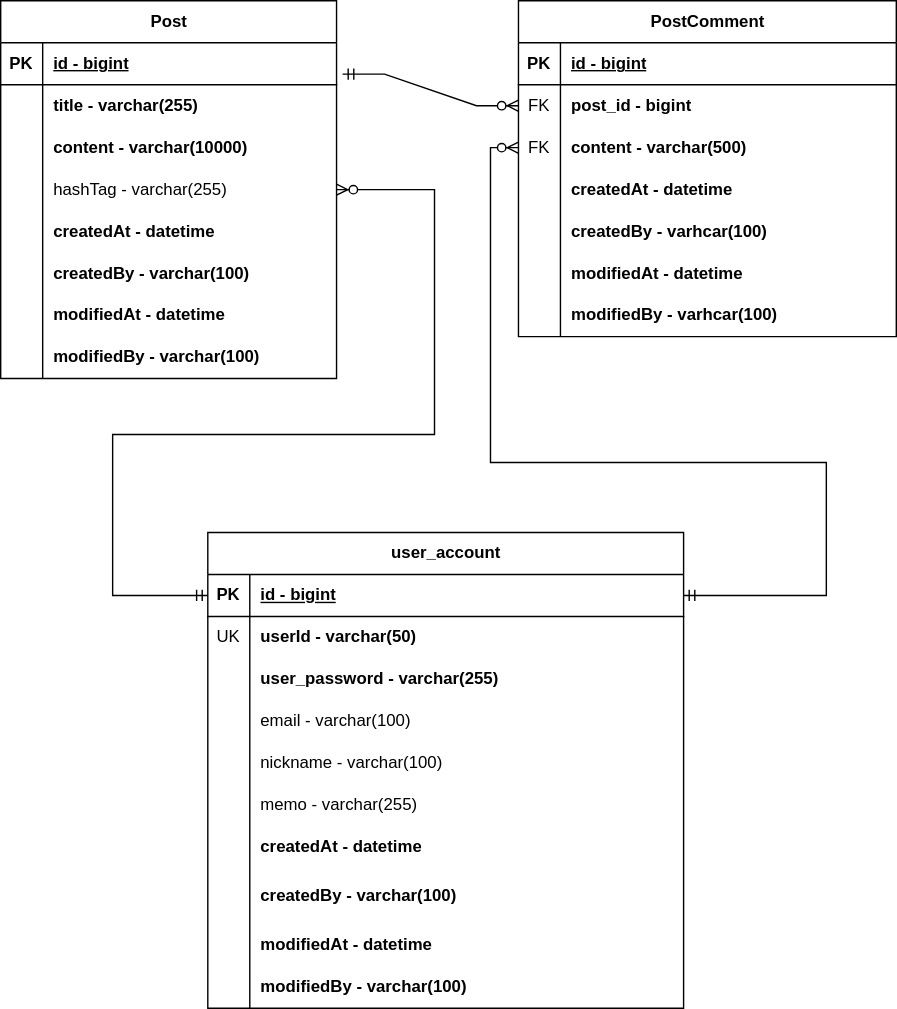
Earlier version of the draw.io export document/project-forum-erd.svg (smileLoopy/eunah-project-forum). Source tidied: cells renumbered, new cells last; positions are measured from the earlier drawing's top-left corner, leaving out a move shared by most shapes.
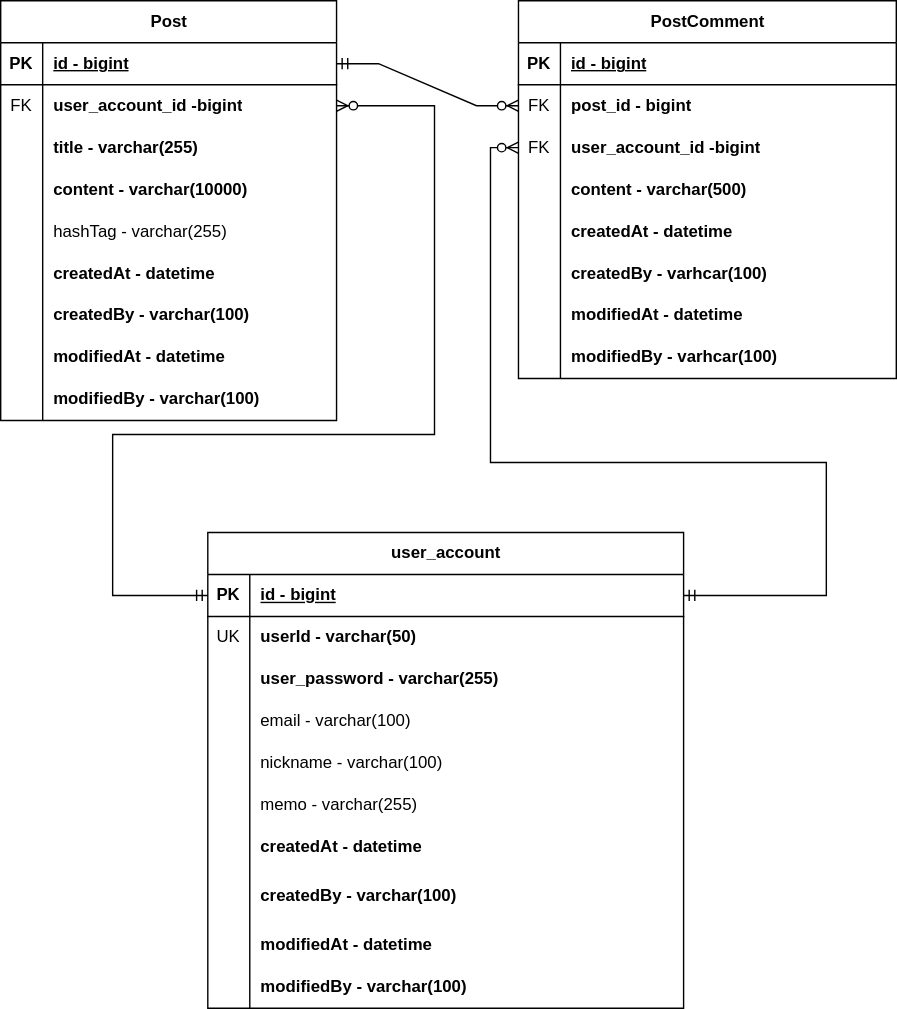
After the change.

Commit message:
Added user_account_id

Diff of the diagram source:
```diff
@@ -3,7 +3,7 @@
     <mxCell id="0" />
     <mxCell id="1" parent="0" />
     <mxCell id="2" value="Post" style="shape=table;startSize=30;rowLines=0;fontStyle=1;align=center;html=1;" parent="1" vertex="1">
-      <mxGeometry width="240" height="270" as="geometry" />
+      <mxGeometry width="240" height="300" as="geometry" />
     </mxCell>
     <mxCell id="3" style="shape=tableRow;horizontal=0;startSize=0;swimlaneHead=0;swimlaneBody=0;fillColor=none;points=[[0,0.5],[1,0.5]];portConstraint=eastwest;top=0;left=0;right=0;bottom=1;" parent="2" vertex="1">
       <mxGeometry y="30" width="240" height="30" as="geometry" />
@@ -17,14 +17,23 @@
     <mxCell id="6" style="shape=tableRow;horizontal=0;startSize=0;swimlaneHead=0;swimlaneBody=0;fillColor=none;points=[[0,0.5],[1,0.5]];portConstraint=eastwest;top=0;left=0;right=0;bottom=0;" parent="2" vertex="1">
       <mxGeometry y="60" width="240" height="30" as="geometry" />
     </mxCell>
-    <mxCell id="7" style="shape=partialRectangle;fillColor=none;top=0;left=0;bottom=0;right=0;overflow=hidden;whiteSpace=wrap;html=1;" parent="6" vertex="1">
+    <mxCell id="7" value="FK" style="shape=partialRectangle;fillColor=none;top=0;left=0;bottom=0;right=0;overflow=hidden;whiteSpace=wrap;html=1;" parent="6" vertex="1">
       <mxGeometry width="30" height="30" as="geometry" />
     </mxCell>
-    <mxCell id="8" value="title - varchar(255)" style="shape=partialRectangle;fillColor=none;top=0;left=0;bottom=0;right=0;align=left;spacingLeft=6;overflow=hidden;whiteSpace=wrap;html=1;fontStyle=1;" parent="6" vertex="1">
+    <mxCell id="8" value="user_account_id -bigint" style="shape=partialRectangle;fillColor=none;top=0;left=0;bottom=0;right=0;align=left;spacingLeft=6;overflow=hidden;whiteSpace=wrap;html=1;fontStyle=1;" parent="6" vertex="1">
       <mxGeometry x="30" width="210" height="30" as="geometry" />
     </mxCell>
+    <mxCell id="83" style="shape=tableRow;horizontal=0;startSize=0;swimlaneHead=0;swimlaneBody=0;fillColor=none;top=0;left=0;right=0;bottom=0;" parent="2" vertex="1">
+      <mxGeometry y="90" width="240" height="30" as="geometry" />
+    </mxCell>
+    <mxCell id="84" style="shape=partialRectangle;fillColor=none;top=0;left=0;bottom=0;right=0;overflow=hidden;whiteSpace=wrap;html=1;" parent="83" vertex="1">
+      <mxGeometry width="30" height="30" as="geometry" />
+    </mxCell>
+    <mxCell id="85" value="title - varchar(255)" style="shape=partialRectangle;fillColor=none;top=0;left=0;bottom=0;right=0;align=left;spacingLeft=6;overflow=hidden;whiteSpace=wrap;html=1;fontStyle=1;" parent="83" vertex="1">
+      <mxGeometry x="30" width="210" height="30" as="geometry" />
+    </mxCell>
     <mxCell id="9" style="shape=tableRow;horizontal=0;startSize=0;swimlaneHead=0;swimlaneBody=0;fillColor=none;top=0;left=0;right=0;bottom=0;" parent="2" vertex="1">
-      <mxGeometry y="90" width="240" height="30" as="geometry" />
+      <mxGeometry y="120" width="240" height="30" as="geometry" />
     </mxCell>
     <mxCell id="10" style="shape=partialRectangle;fillColor=none;top=0;left=0;bottom=0;right=0;overflow=hidden;whiteSpace=wrap;html=1;" parent="9" vertex="1">
       <mxGeometry width="30" height="30" as="geometry" />
@@ -33,7 +42,7 @@
       <mxGeometry x="30" width="210" height="30" as="geometry" />
     </mxCell>
     <mxCell id="12" style="shape=tableRow;horizontal=0;startSize=0;swimlaneHead=0;swimlaneBody=0;fillColor=none;points=[[0,0.5],[1,0.5]];portConstraint=eastwest;top=0;left=0;right=0;bottom=0;" parent="2" vertex="1">
-      <mxGeometry y="120" width="240" height="30" as="geometry" />
+      <mxGeometry y="150" width="240" height="30" as="geometry" />
     </mxCell>
     <mxCell id="13" style="shape=partialRectangle;fillColor=none;top=0;left=0;bottom=0;right=0;overflow=hidden;whiteSpace=wrap;html=1;" parent="12" vertex="1">
       <mxGeometry width="30" height="30" as="geometry" />
@@ -42,7 +51,7 @@
       <mxGeometry x="30" width="210" height="30" as="geometry" />
     </mxCell>
     <mxCell id="15" style="shape=tableRow;horizontal=0;startSize=0;swimlaneHead=0;swimlaneBody=0;fillColor=none;top=0;left=0;right=0;bottom=0;" parent="2" vertex="1">
-      <mxGeometry y="150" width="240" height="30" as="geometry" />
+      <mxGeometry y="180" width="240" height="30" as="geometry" />
     </mxCell>
     <mxCell id="16" style="shape=partialRectangle;fillColor=none;top=0;left=0;bottom=0;right=0;overflow=hidden;whiteSpace=wrap;html=1;" parent="15" vertex="1">
       <mxGeometry width="30" height="30" as="geometry" />
@@ -51,7 +60,7 @@
       <mxGeometry x="30" width="210" height="30" as="geometry" />
     </mxCell>
     <mxCell id="18" style="shape=tableRow;horizontal=0;startSize=0;swimlaneHead=0;swimlaneBody=0;fillColor=none;top=0;left=0;right=0;bottom=0;" parent="2" vertex="1">
-      <mxGeometry y="180" width="240" height="30" as="geometry" />
+      <mxGeometry y="210" width="240" height="30" as="geometry" />
     </mxCell>
     <mxCell id="19" style="shape=partialRectangle;fillColor=none;top=0;left=0;bottom=0;right=0;overflow=hidden;whiteSpace=wrap;html=1;" parent="18" vertex="1">
       <mxGeometry width="30" height="30" as="geometry" />
@@ -60,7 +69,7 @@
       <mxGeometry x="30" width="210" height="30" as="geometry" />
     </mxCell>
     <mxCell id="21" style="shape=tableRow;horizontal=0;startSize=0;swimlaneHead=0;swimlaneBody=0;fillColor=none;top=0;left=0;right=0;bottom=0;" parent="2" vertex="1">
-      <mxGeometry y="210" width="240" height="30" as="geometry" />
+      <mxGeometry y="240" width="240" height="30" as="geometry" />
     </mxCell>
     <mxCell id="22" style="shape=partialRectangle;fillColor=none;top=0;left=0;bottom=0;right=0;overflow=hidden;whiteSpace=wrap;html=1;" parent="21" vertex="1">
       <mxGeometry width="30" height="30" as="geometry" />
@@ -69,7 +78,7 @@
       <mxGeometry x="30" width="210" height="30" as="geometry" />
     </mxCell>
     <mxCell id="24" style="shape=tableRow;horizontal=0;startSize=0;swimlaneHead=0;swimlaneBody=0;fillColor=none;top=0;left=0;right=0;bottom=0;" parent="2" vertex="1">
-      <mxGeometry y="240" width="240" height="30" as="geometry" />
+      <mxGeometry y="270" width="240" height="30" as="geometry" />
     </mxCell>
     <mxCell id="25" style="shape=partialRectangle;fillColor=none;top=0;left=0;bottom=0;right=0;overflow=hidden;whiteSpace=wrap;html=1;" parent="24" vertex="1">
       <mxGeometry width="30" height="30" as="geometry" />
@@ -78,7 +87,7 @@
       <mxGeometry x="30" width="210" height="30" as="geometry" />
     </mxCell>
     <mxCell id="27" value="PostComment" style="shape=table;startSize=30;rowLines=0;fontStyle=1;align=center;html=1;" parent="1" vertex="1">
-      <mxGeometry x="370" width="270" height="240" as="geometry" />
+      <mxGeometry x="370" width="270" height="270" as="geometry" />
     </mxCell>
     <mxCell id="28" style="shape=tableRow;horizontal=0;startSize=0;swimlaneHead=0;swimlaneBody=0;fillColor=none;top=0;left=0;right=0;bottom=1;" parent="27" vertex="1">
       <mxGeometry y="30" width="270" height="30" as="geometry" />
@@ -98,17 +107,26 @@
     <mxCell id="33" value="post_id - bigint" style="shape=partialRectangle;fillColor=none;top=0;left=0;bottom=0;right=0;align=left;spacingLeft=6;overflow=hidden;whiteSpace=wrap;html=1;fontStyle=1;" parent="31" vertex="1">
       <mxGeometry x="30" width="240" height="30" as="geometry" />
     </mxCell>
+    <mxCell id="86" style="shape=tableRow;horizontal=0;startSize=0;swimlaneHead=0;swimlaneBody=0;fillColor=none;points=[[0,0.5],[1,0.5]];portConstraint=eastwest;top=0;left=0;right=0;bottom=0;" parent="27" vertex="1">
+      <mxGeometry y="90" width="270" height="30" as="geometry" />
+    </mxCell>
+    <mxCell id="87" value="FK" style="shape=partialRectangle;fillColor=none;top=0;left=0;bottom=0;right=0;overflow=hidden;whiteSpace=wrap;html=1;" parent="86" vertex="1">
+      <mxGeometry width="30" height="30" as="geometry" />
+    </mxCell>
+    <mxCell id="88" value="user_account_id -bigint" style="shape=partialRectangle;fillColor=none;top=0;left=0;bottom=0;right=0;align=left;spacingLeft=6;overflow=hidden;whiteSpace=wrap;html=1;fontStyle=1;" parent="86" vertex="1">
+      <mxGeometry x="30" width="240" height="30" as="geometry" />
+    </mxCell>
     <mxCell id="34" style="shape=tableRow;horizontal=0;startSize=0;swimlaneHead=0;swimlaneBody=0;fillColor=none;points=[[0,0.5],[1,0.5]];portConstraint=eastwest;top=0;left=0;right=0;bottom=0;" parent="27" vertex="1">
-      <mxGeometry y="90" width="270" height="30" as="geometry" />
+      <mxGeometry y="120" width="270" height="30" as="geometry" />
     </mxCell>
-    <mxCell id="35" value="FK" style="shape=partialRectangle;fillColor=none;top=0;left=0;bottom=0;right=0;overflow=hidden;whiteSpace=wrap;html=1;" parent="34" vertex="1">
+    <mxCell id="35" style="shape=partialRectangle;fillColor=none;top=0;left=0;bottom=0;right=0;overflow=hidden;whiteSpace=wrap;html=1;" parent="34" vertex="1">
       <mxGeometry width="30" height="30" as="geometry" />
     </mxCell>
     <mxCell id="36" value="content - varchar(500)" style="shape=partialRectangle;fillColor=none;top=0;left=0;bottom=0;right=0;align=left;spacingLeft=6;overflow=hidden;whiteSpace=wrap;html=1;fontStyle=1;" parent="34" vertex="1">
       <mxGeometry x="30" width="240" height="30" as="geometry" />
     </mxCell>
     <mxCell id="37" style="shape=tableRow;horizontal=0;startSize=0;swimlaneHead=0;swimlaneBody=0;fillColor=none;top=0;left=0;right=0;bottom=0;" parent="27" vertex="1">
-      <mxGeometry y="120" width="270" height="30" as="geometry" />
+      <mxGeometry y="150" width="270" height="30" as="geometry" />
     </mxCell>
     <mxCell id="38" style="shape=partialRectangle;fillColor=none;top=0;left=0;bottom=0;right=0;overflow=hidden;whiteSpace=wrap;html=1;" parent="37" vertex="1">
       <mxGeometry width="30" height="30" as="geometry" />
@@ -117,7 +135,7 @@
       <mxGeometry x="30" width="240" height="30" as="geometry" />
     </mxCell>
     <mxCell id="40" style="shape=tableRow;horizontal=0;startSize=0;swimlaneHead=0;swimlaneBody=0;fillColor=none;top=0;left=0;right=0;bottom=0;" parent="27" vertex="1">
-      <mxGeometry y="150" width="270" height="30" as="geometry" />
+      <mxGeometry y="180" width="270" height="30" as="geometry" />
     </mxCell>
     <mxCell id="41" style="shape=partialRectangle;fillColor=none;top=0;left=0;bottom=0;right=0;overflow=hidden;whiteSpace=wrap;html=1;" parent="40" vertex="1">
       <mxGeometry width="30" height="30" as="geometry" />
@@ -126,7 +144,7 @@
       <mxGeometry x="30" width="240" height="30" as="geometry" />
     </mxCell>
     <mxCell id="43" style="shape=tableRow;horizontal=0;startSize=0;swimlaneHead=0;swimlaneBody=0;fillColor=none;top=0;left=0;right=0;bottom=0;" parent="27" vertex="1">
-      <mxGeometry y="180" width="270" height="30" as="geometry" />
+      <mxGeometry y="210" width="270" height="30" as="geometry" />
     </mxCell>
     <mxCell id="44" style="shape=partialRectangle;fillColor=none;top=0;left=0;bottom=0;right=0;overflow=hidden;whiteSpace=wrap;html=1;" parent="43" vertex="1">
       <mxGeometry width="30" height="30" as="geometry" />
@@ -135,7 +153,7 @@
       <mxGeometry x="30" width="240" height="30" as="geometry" />
     </mxCell>
     <mxCell id="46" style="shape=tableRow;horizontal=0;startSize=0;swimlaneHead=0;swimlaneBody=0;fillColor=none;top=0;left=0;right=0;bottom=0;" parent="27" vertex="1">
-      <mxGeometry y="210" width="270" height="30" as="geometry" />
+      <mxGeometry y="240" width="270" height="30" as="geometry" />
     </mxCell>
     <mxCell id="47" style="shape=partialRectangle;fillColor=none;top=0;left=0;bottom=0;right=0;overflow=hidden;whiteSpace=wrap;html=1;" parent="46" vertex="1">
       <mxGeometry width="30" height="30" as="geometry" />
@@ -143,7 +161,7 @@
     <mxCell id="48" value="modifiedBy - varhcar(100)" style="shape=partialRectangle;fillColor=none;top=0;left=0;bottom=0;right=0;align=left;spacingLeft=6;overflow=hidden;whiteSpace=wrap;html=1;fontStyle=1;" parent="46" vertex="1">
       <mxGeometry x="30" width="240" height="30" as="geometry" />
     </mxCell>
-    <mxCell id="49" style="edgeStyle=entityRelationEdgeStyle;fontSize=12;html=1;endArrow=ERzeroToMany;startArrow=ERmandOne;rounded=0;exitX=1.018;exitY=0.748;exitDx=0;exitDy=0;exitPerimeter=0;entryX=0;entryY=0.5;entryDx=0;entryDy=0;" parent="1" edge="1" source="3" target="31">
+    <mxCell id="49" style="edgeStyle=entityRelationEdgeStyle;fontSize=12;html=1;endArrow=ERzeroToMany;startArrow=ERmandOne;rounded=0;entryX=0;entryY=0.5;entryDx=0;entryDy=0;" parent="1" edge="1" source="3" target="31">
       <mxGeometry relative="1" as="geometry" />
     </mxCell>
     <mxCell id="50" value="user_account" style="shape=table;startSize=30;rowLines=0;fontStyle=1;align=center;html=1;" parent="1" vertex="1">
@@ -239,17 +257,17 @@
     <mxCell id="80" value="modifiedBy - varchar(100)" style="shape=partialRectangle;fillColor=none;top=0;left=0;bottom=0;right=0;align=left;spacingLeft=6;overflow=hidden;whiteSpace=wrap;html=1;fontStyle=1;" parent="78" vertex="1">
       <mxGeometry x="30" width="310" height="30" as="geometry" />
     </mxCell>
-    <mxCell id="81" style="edgeStyle=orthogonalEdgeStyle;fontSize=12;html=1;endArrow=ERzeroToMany;startArrow=ERmandOne;rounded=0;exitX=0;exitY=0.5;exitDx=0;exitDy=0;" parent="1" edge="1" source="51" target="12">
+    <mxCell id="81" style="edgeStyle=orthogonalEdgeStyle;fontSize=12;html=1;endArrow=ERzeroToMany;startArrow=ERmandOne;rounded=0;exitX=0;exitY=0.5;exitDx=0;exitDy=0;entryX=1;entryY=0.5;entryDx=0;entryDy=0;" parent="1" edge="1" source="51" target="6">
       <mxGeometry relative="1" as="geometry">
         <Array as="points">
           <mxPoint x="80" y="425" />
           <mxPoint x="80" y="310" />
           <mxPoint x="310" y="310" />
-          <mxPoint x="310" y="135" />
+          <mxPoint x="310" y="75" />
         </Array>
       </mxGeometry>
     </mxCell>
-    <mxCell id="82" style="edgeStyle=orthogonalEdgeStyle;fontSize=12;html=1;endArrow=ERzeroToMany;startArrow=ERmandOne;rounded=0;entryX=0;entryY=0.5;entryDx=0;entryDy=0;exitX=1;exitY=0.5;exitDx=0;exitDy=0;" parent="1" edge="1" source="51" target="34">
+    <mxCell id="82" style="edgeStyle=orthogonalEdgeStyle;fontSize=12;html=1;endArrow=ERzeroToMany;startArrow=ERmandOne;rounded=0;exitX=1;exitY=0.5;exitDx=0;exitDy=0;entryX=0;entryY=0.5;entryDx=0;entryDy=0;" parent="1" edge="1" source="51" target="86">
       <mxGeometry relative="1" as="geometry">
         <Array as="points">
           <mxPoint x="590" y="425" />
```
